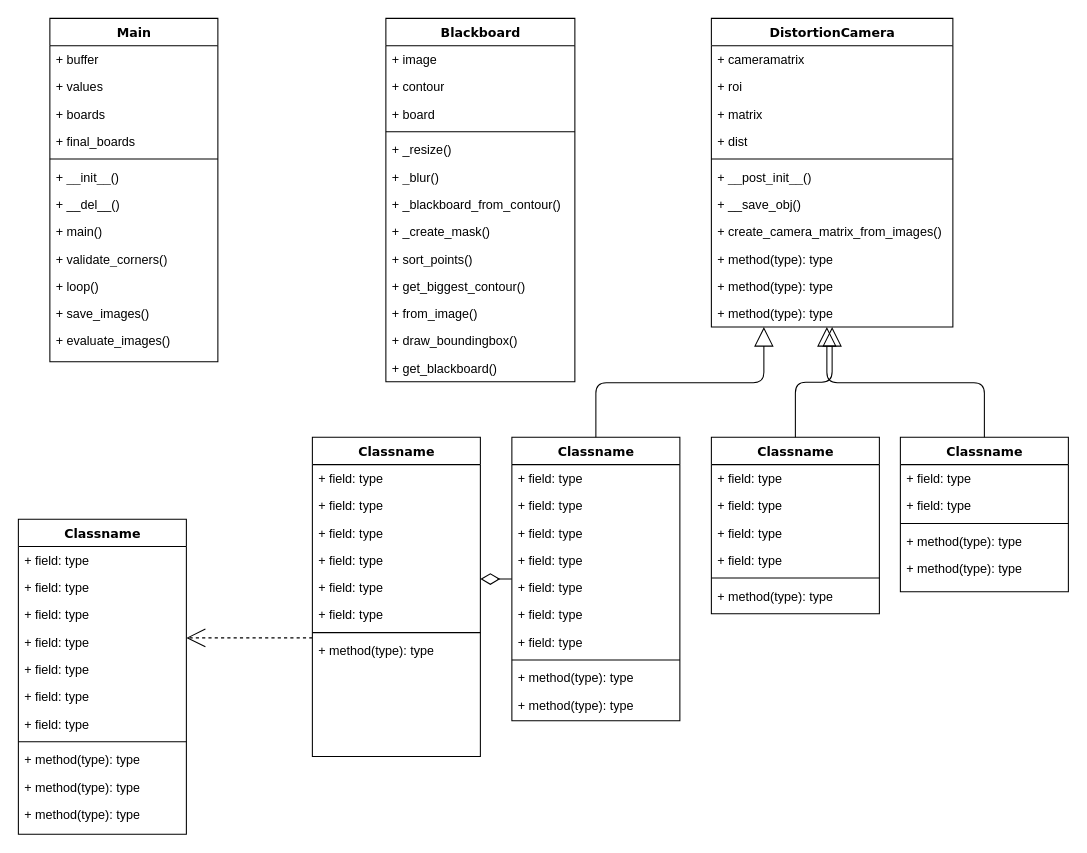
MarkusvonStaden/blackboard2api keeps this draw.io diagram as BlackboardUML.drawio. Above is the earlier version. Source tidied: cells renumbered, new cells numbered last; positions are measured from the earlier drawing's top-left corner, leaving out a move shared by most shapes. Both pictures are drawn from the tidied source at 105%, with x=0, y=0 at pixel (18, 18).
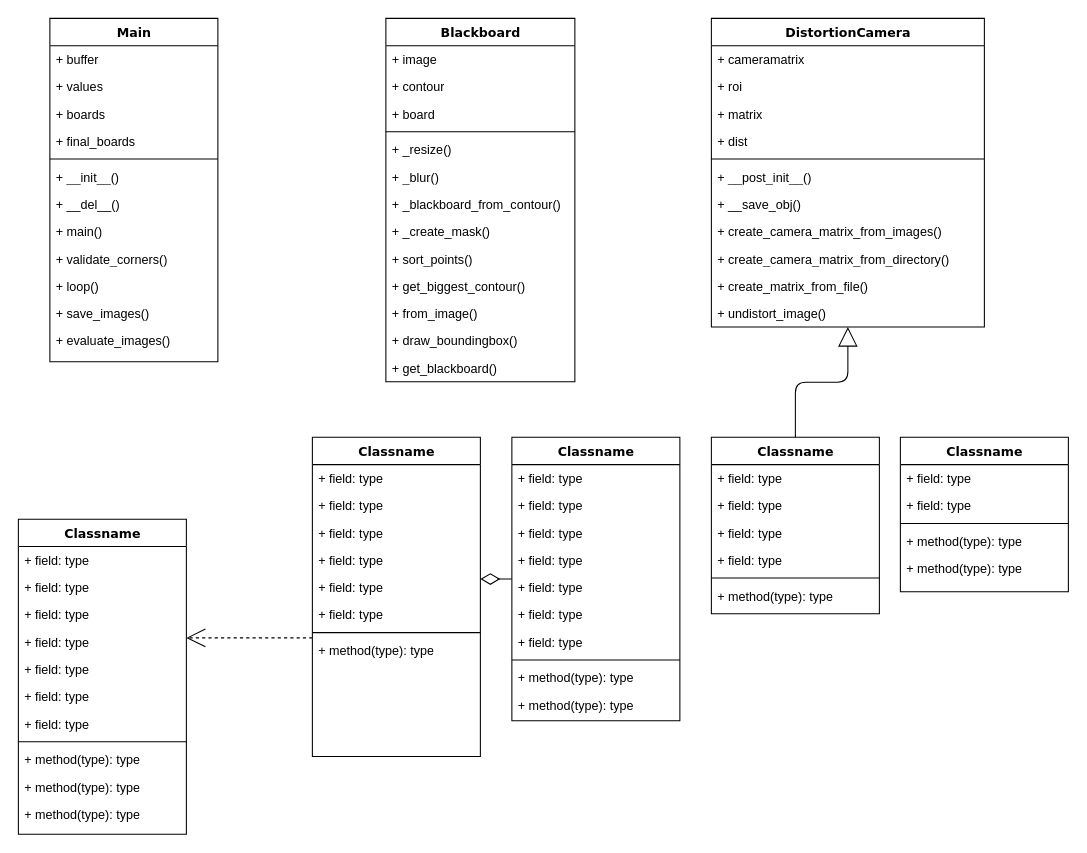
After the change.

Commit message:
Update DistortionCamera class BlackboardUML.drawio

Unchanged cells that the change refers to:
```xml
<mxCell id="66" value="Classname" style="swimlane;html=1;fontStyle=1;align=center;verticalAlign=top;horizontal=1;startSize=26;swimlaneFillColor=#ffffff;rounded=0;shadow=0;comic=0;labelBackgroundColor=none;strokeWidth=1;fillColor=none;fontFamily=Verdana;fontSize=12;" parent="1" vertex="1">
  <mxGeometry x="470" y="399" width="160" height="270" as="geometry" />
</mxCell>
<mxCell id="86" value="Classname" style="swimlane;html=1;fontStyle=1;align=center;verticalAlign=top;horizontal=1;startSize=26;swimlaneFillColor=#ffffff;rounded=0;shadow=0;comic=0;labelBackgroundColor=none;strokeWidth=1;fillColor=none;fontFamily=Verdana;fontSize=12;" parent="1" vertex="1">
  <mxGeometry x="840" y="399" width="160" height="147" as="geometry" />
</mxCell>
```

What changed in the source:
```diff
@@
     <mxCell id="30" value="DistortionCamera" style="swimlane;html=1;fontStyle=1;align=center;verticalAlign=top;horizontal=1;startSize=26;swimlaneFillColor=#ffffff;rounded=0;shadow=0;comic=0;labelBackgroundColor=none;strokeWidth=1;fillColor=none;fontFamily=Verdana;fontSize=12;" parent="1" vertex="1">
-      <mxGeometry x="660" width="230" height="294" as="geometry" />
+      <mxGeometry x="660" width="260" height="294" as="geometry" />
     </mxCell>
     <mxCell id="31" value="+ cameramatrix" style="text;html=1;strokeColor=none;fillColor=none;align=left;verticalAlign=top;spacingLeft=4;spacingRight=4;whiteSpace=wrap;overflow=hidden;" parent="30" vertex="1">
-      <mxGeometry y="26" width="230" height="26" as="geometry" />
+      <mxGeometry y="26" width="260" height="26" as="geometry" />
     </mxCell>
     <mxCell id="32" value="+ roi" style="text;html=1;strokeColor=none;fillColor=none;align=left;verticalAlign=top;spacingLeft=4;spacingRight=4;whiteSpace=wrap;overflow=hidden;" parent="30" vertex="1">
-      <mxGeometry y="52" width="230" height="26" as="geometry" />
+      <mxGeometry y="52" width="260" height="26" as="geometry" />
     </mxCell>
     <mxCell id="33" value="+ matrix" style="text;html=1;strokeColor=none;fillColor=none;align=left;verticalAlign=top;spacingLeft=4;spacingRight=4;whiteSpace=wrap;overflow=hidden;" parent="30" vertex="1">
-      <mxGeometry y="78" width="230" height="26" as="geometry" />
+      <mxGeometry y="78" width="260" height="26" as="geometry" />
     </mxCell>
     <mxCell id="34" value="+ dist" style="text;html=1;strokeColor=none;fillColor=none;align=left;verticalAlign=top;spacingLeft=4;spacingRight=4;whiteSpace=wrap;overflow=hidden;" parent="30" vertex="1">
-      <mxGeometry y="104" width="230" height="26" as="geometry" />
+      <mxGeometry y="104" width="260" height="26" as="geometry" />
     </mxCell>
     <mxCell id="35" style="line;html=1;strokeWidth=1;fillColor=none;align=left;verticalAlign=middle;spacingTop=-1;spacingLeft=3;spacingRight=3;labelPosition=right;" parent="30" vertex="1">
-      <mxGeometry y="130" width="230" height="8" as="geometry" />
+      <mxGeometry y="130" width="260" height="8" as="geometry" />
     </mxCell>
     <mxCell id="36" value="+ __post_init__()" style="text;html=1;strokeColor=none;fillColor=none;align=left;verticalAlign=top;spacingLeft=4;spacingRight=4;whiteSpace=wrap;overflow=hidden;" parent="30" vertex="1">
-      <mxGeometry y="138" width="230" height="26" as="geometry" />
+      <mxGeometry y="138" width="260" height="26" as="geometry" />
     </mxCell>
     <mxCell id="37" value="+ __save_obj()" style="text;html=1;strokeColor=none;fillColor=none;align=left;verticalAlign=top;spacingLeft=4;spacingRight=4;whiteSpace=wrap;overflow=hidden;" parent="30" vertex="1">
-      <mxGeometry y="164" width="230" height="26" as="geometry" />
+      <mxGeometry y="164" width="260" height="26" as="geometry" />
     </mxCell>
     <mxCell id="38" value="+ create_camera_matrix_from_images()" style="text;html=1;strokeColor=none;fillColor=none;align=left;verticalAlign=top;spacingLeft=4;spacingRight=4;whiteSpace=wrap;overflow=hidden;" parent="30" vertex="1">
-      <mxGeometry y="190" width="230" height="26" as="geometry" />
+      <mxGeometry y="190" width="260" height="26" as="geometry" />
     </mxCell>
-    <mxCell id="39" value="+ method(type): type" style="text;html=1;strokeColor=none;fillColor=none;align=left;verticalAlign=top;spacingLeft=4;spacingRight=4;whiteSpace=wrap;overflow=hidden;" parent="30" vertex="1">
-      <mxGeometry y="216" width="230" height="26" as="geometry" />
+    <mxCell id="39" value="+ create_camera_matrix_from_directory()" style="text;html=1;strokeColor=none;fillColor=none;align=left;verticalAlign=top;spacingLeft=4;spacingRight=4;whiteSpace=wrap;overflow=hidden;" parent="30" vertex="1">
+      <mxGeometry y="216" width="260" height="26" as="geometry" />
     </mxCell>
-    <mxCell id="40" value="+ method(type): type" style="text;html=1;strokeColor=none;fillColor=none;align=left;verticalAlign=top;spacingLeft=4;spacingRight=4;whiteSpace=wrap;overflow=hidden;" parent="30" vertex="1">
-      <mxGeometry y="242" width="230" height="26" as="geometry" />
+    <mxCell id="40" value="+ create_matrix_from_file()" style="text;html=1;strokeColor=none;fillColor=none;align=left;verticalAlign=top;spacingLeft=4;spacingRight=4;whiteSpace=wrap;overflow=hidden;" parent="30" vertex="1">
+      <mxGeometry y="242" width="260" height="26" as="geometry" />
     </mxCell>
-    <mxCell id="41" value="+ method(type): type" style="text;html=1;strokeColor=none;fillColor=none;align=left;verticalAlign=top;spacingLeft=4;spacingRight=4;whiteSpace=wrap;overflow=hidden;" parent="30" vertex="1">
-      <mxGeometry y="268" width="230" height="26" as="geometry" />
+    <mxCell id="41" value="+ undistort_image()" style="text;html=1;strokeColor=none;fillColor=none;align=left;verticalAlign=top;spacingLeft=4;spacingRight=4;whiteSpace=wrap;overflow=hidden;" parent="30" vertex="1">
+      <mxGeometry y="268" width="260" height="26" as="geometry" />
     </mxCell>
@@
-    <mxCell id="65" style="edgeStyle=orthogonalEdgeStyle;html=1;labelBackgroundColor=none;startFill=0;startSize=8;endArrow=block;endFill=0;endSize=16;fontFamily=Verdana;fontSize=12;" parent="1" edge="1" source="66" target="30">
-      <mxGeometry relative="1" as="geometry">
-        <Array as="points">
-          <mxPoint x="550" y="347" />
-          <mxPoint x="710" y="347" />
-        </Array>
-      </mxGeometry>
-    </mxCell>
@@
-    <mxCell id="85" style="edgeStyle=orthogonalEdgeStyle;html=1;labelBackgroundColor=none;startFill=0;startSize=8;endArrow=block;endFill=0;endSize=16;fontFamily=Verdana;fontSize=12;" parent="1" edge="1" source="86" target="30">
-      <mxGeometry relative="1" as="geometry">
-        <Array as="points">
-          <mxPoint x="920" y="347" />
-          <mxPoint x="770" y="347" />
-        </Array>
-      </mxGeometry>
-    </mxCell>
```
